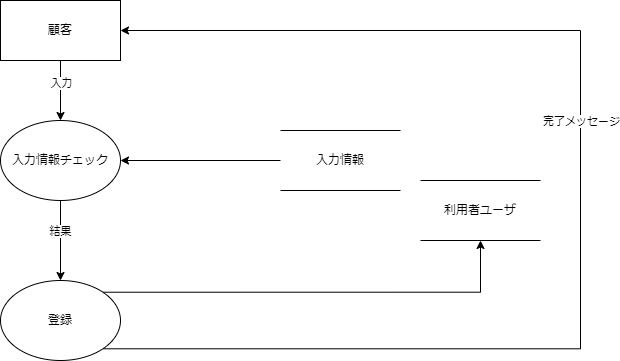
Pyama1013/Sotsu.Gamen keeps this draw.io diagram as DFD/顧客アカウント登録.drawio.png. Above is the earlier version. Source tidied: cells renumbered, new cells last; positions are measured from the earlier drawing's top-left corner, leaving out a move shared by most shapes.
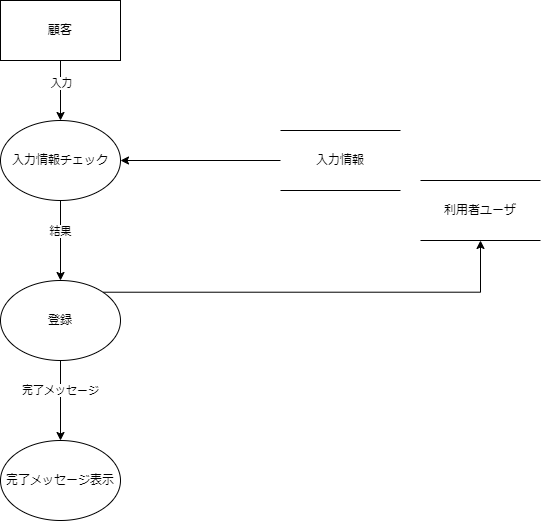
After the change.

Commit message:
Update 顧客アカウント登録.drawio.png

Diff of the diagram source:
```diff
@@ -23,19 +23,6 @@
     <mxCell id="8" style="edgeStyle=orthogonalEdgeStyle;rounded=0;jettySize=auto;html=1;exitX=1;exitY=0;exitDx=0;exitDy=0;entryX=0.5;entryY=1;entryDx=0;entryDy=0;" parent="1" edge="1" source="11" target="14">
       <mxGeometry relative="1" as="geometry" />
     </mxCell>
-    <mxCell id="9" style="edgeStyle=orthogonalEdgeStyle;rounded=0;jettySize=auto;html=1;exitX=1;exitY=1;exitDx=0;exitDy=0;" parent="1" edge="1" source="11">
-      <mxGeometry relative="1" as="geometry">
-        <mxPoint x="120" y="30" as="targetPoint" />
-        <Array as="points">
-          <mxPoint x="580" y="348" />
-          <mxPoint x="580" y="30" />
-          <mxPoint x="120" y="30" />
-        </Array>
-      </mxGeometry>
-    </mxCell>
-    <mxCell id="10" value="完了メッセージ" style="edgeLabel;html=1;align=center;verticalAlign=middle;" parent="9" vertex="1">
-      <mxGeometry x="0.12" relative="1" as="geometry" />
-    </mxCell>
     <mxCell id="11" value="登録" style="ellipse;whiteSpace=wrap;html=1;" parent="1" vertex="1">
       <mxGeometry y="280" width="120" height="80" as="geometry" />
     </mxCell>
@@ -48,5 +35,16 @@
     <mxCell id="14" value="利用者ユーザ" style="shape=partialRectangle;whiteSpace=wrap;html=1;left=0;right=0;fillColor=none;" parent="1" vertex="1">
       <mxGeometry x="420" y="180" width="120" height="60" as="geometry" />
     </mxCell>
+    <mxCell id="15" style="edgeStyle=orthogonalEdgeStyle;rounded=0;jettySize=auto;html=1;exitX=0.5;exitY=1;exitDx=0;exitDy=0;entryX=0.5;entryY=0;entryDx=0;entryDy=0;" parent="1" edge="1" target="16">
+      <mxGeometry relative="1" as="geometry">
+        <mxPoint x="60" y="360" as="sourcePoint" />
+      </mxGeometry>
+    </mxCell>
+    <mxCell id="10" value="完了メッセージ" style="edgeLabel;html=1;align=center;verticalAlign=middle;" parent="15" vertex="1">
+      <mxGeometry x="-0.28" y="-1" relative="1" as="geometry" />
+    </mxCell>
+    <mxCell id="16" value="完了メッセージ表示" style="ellipse;whiteSpace=wrap;html=1;" parent="1" vertex="1">
+      <mxGeometry y="440" width="120" height="80" as="geometry" />
+    </mxCell>
   </root>
 </mxGraphModel>
```
